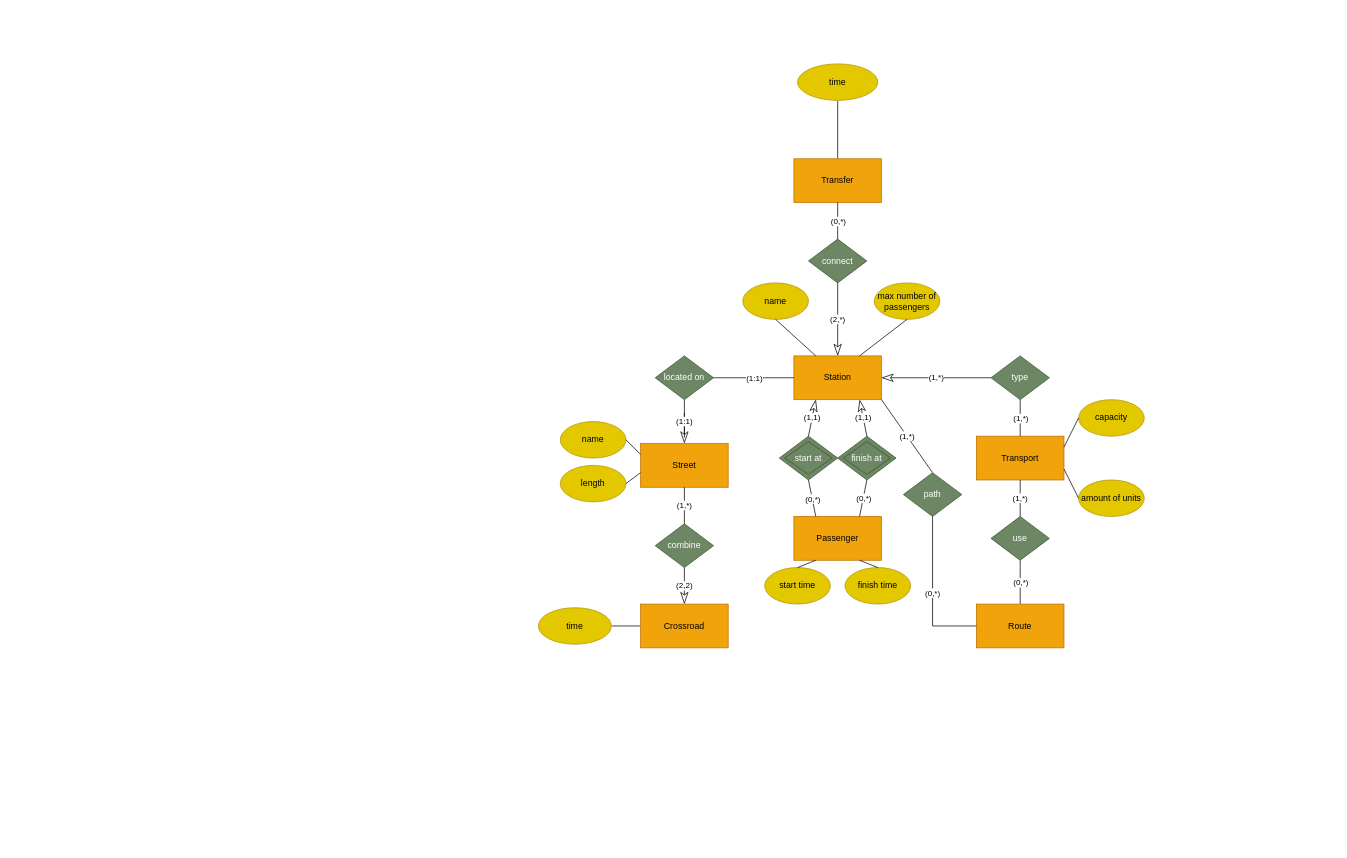
The draw.io diagram page "ER-diagram(2)" (2 of 2) of Untitled Diagram.drawio in Leo-nid/hse-DB, before the edit. Source tidied: cells renumbered, new cells numbered last; positions are measured from the earlier drawing's top-left corner, leaving out a move shared by most shapes. Both pictures are drawn from the tidied source at 73%, with x=0, y=0 at pixel (538, 64).
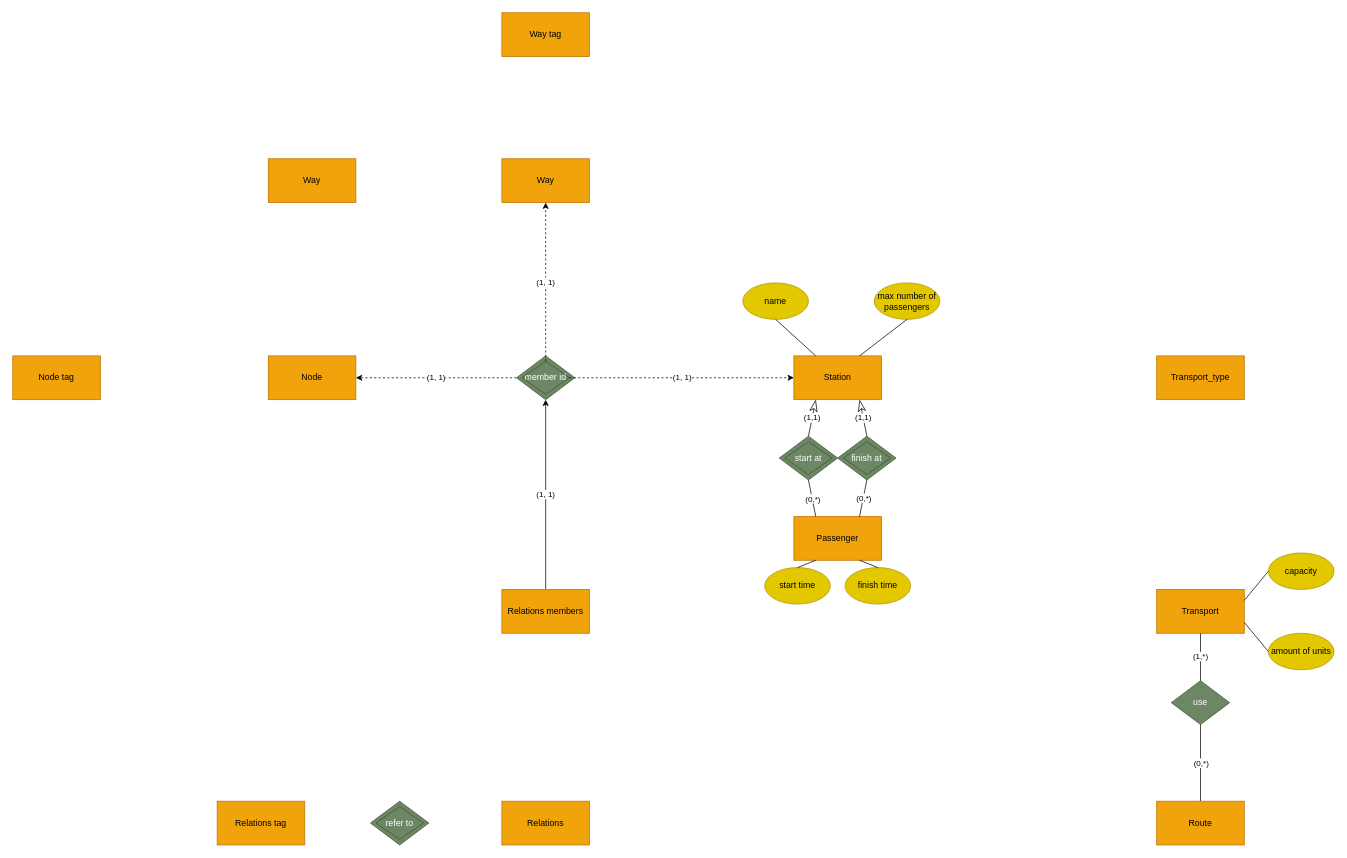
The same page after the edit.

Unchanged cells that the change refers to:
```xml
<mxCell id="2" value="Station" style="rounded=0;whiteSpace=wrap;html=1;hachureGap=4;fillColor=#f0a30a;strokeColor=#BD7000;fontColor=#000000;" parent="1" vertex="1">
  <mxGeometry x="350" y="400" width="120" height="60" as="geometry" />
</mxCell>
```

The edit, as a diff of the source:
```diff
@@
-    <mxCell id="7" value="located on" style="rhombus;whiteSpace=wrap;html=1;hachureGap=4;fillColor=#6d8764;strokeColor=#3A5431;fontColor=#ffffff;" parent="1" vertex="1">
-      <mxGeometry x="160" y="400" width="80" height="60" as="geometry" />
-    </mxCell>
     <mxCell id="8" value="Transport" style="rounded=0;whiteSpace=wrap;html=1;hachureGap=4;fillColor=#f0a30a;strokeColor=#BD7000;fontColor=#000000;" parent="1" vertex="1">
-      <mxGeometry x="600" y="510" width="120" height="60" as="geometry" />
+      <mxGeometry x="847" y="720" width="120" height="60" as="geometry" />
     </mxCell>
     <mxCell id="9" value="capacity" style="ellipse;whiteSpace=wrap;html=1;hachureGap=4;fillColor=#e3c800;strokeColor=#B09500;fontColor=#000000;" parent="1" vertex="1">
-      <mxGeometry x="740" y="460" width="90" height="50" as="geometry" />
+      <mxGeometry x="1000" y="670" width="90" height="50" as="geometry" />
     </mxCell>
     <mxCell id="10" value="amount of units" style="ellipse;whiteSpace=wrap;html=1;hachureGap=4;fillColor=#e3c800;strokeColor=#B09500;fontColor=#000000;" parent="1" vertex="1">
-      <mxGeometry x="740" y="570" width="90" height="50" as="geometry" />
+      <mxGeometry x="1000" y="780" width="90" height="50" as="geometry" />
     </mxCell>
@@
-    <mxCell id="14" style="edgeStyle=none;rounded=0;jettySize=auto;html=1;endArrow=none;endFill=0;startSize=14;endSize=14;sourcePerimeterSpacing=8;targetPerimeterSpacing=8;" parent="1" edge="1" source="15">
-      <mxGeometry relative="1" as="geometry">
-        <mxPoint x="200" y="478" as="targetPoint" />
-      </mxGeometry>
-    </mxCell>
-    <mxCell id="15" value="Street" style="rounded=0;whiteSpace=wrap;html=1;hachureGap=4;fillColor=#f0a30a;strokeColor=#BD7000;fontColor=#000000;" parent="1" vertex="1">
-      <mxGeometry x="140" y="520" width="120" height="60" as="geometry" />
-    </mxCell>
-    <mxCell id="16" value="name" style="ellipse;whiteSpace=wrap;html=1;hachureGap=4;fillColor=#e3c800;strokeColor=#B09500;fontColor=#000000;" parent="1" vertex="1">
-      <mxGeometry x="30" y="490" width="90" height="50" as="geometry" />
-    </mxCell>
-    <mxCell id="17" value="length" style="ellipse;whiteSpace=wrap;html=1;hachureGap=4;fillColor=#e3c800;strokeColor=#B09500;fontColor=#000000;" parent="1" vertex="1">
-      <mxGeometry x="30" y="550" width="90" height="50" as="geometry" />
-    </mxCell>
-    <mxCell id="18" style="endArrow=none;html=1;startSize=14;endSize=14;sourcePerimeterSpacing=8;targetPerimeterSpacing=8;entryX=1;entryY=0.5;entryDx=0;entryDy=0;exitX=0;exitY=0.25;exitDx=0;exitDy=0;" parent="1" edge="1" source="15" target="16">
-      <mxGeometry relative="1" as="geometry" />
-    </mxCell>
-    <mxCell id="19" style="endArrow=none;html=1;startSize=14;endSize=14;sourcePerimeterSpacing=8;targetPerimeterSpacing=8;entryX=1;entryY=0.5;entryDx=0;entryDy=0;" parent="1" edge="1" target="17">
-      <mxGeometry relative="1" as="geometry">
-        <mxPoint x="140" y="560" as="sourcePoint" />
-      </mxGeometry>
-    </mxCell>
-    <mxCell id="20" style="endArrow=none;html=1;startSize=14;endSize=14;sourcePerimeterSpacing=8;targetPerimeterSpacing=8;exitX=0;exitY=0.5;exitDx=0;exitDy=0;entryX=1;entryY=0.5;entryDx=0;entryDy=0;endFill=0;" parent="1" edge="1" source="2" target="7">
-      <mxGeometry relative="1" as="geometry" />
-    </mxCell>
-    <mxCell id="21" value="(1:1)" style="edgeLabel;html=1;align=center;verticalAlign=middle;" parent="20" vertex="1">
-      <mxGeometry relative="1" as="geometry" />
-    </mxCell>
-    <mxCell id="22" value="(1:1)" style="endArrow=classicThin;html=1;startSize=14;endSize=14;sourcePerimeterSpacing=8;targetPerimeterSpacing=8;exitX=0.5;exitY=1;exitDx=0;exitDy=0;entryX=0.5;entryY=0;entryDx=0;entryDy=0;endFill=0;" parent="1" edge="1" source="7" target="15">
-      <mxGeometry relative="1" as="geometry" />
-    </mxCell>
-    <mxCell id="23" value="type" style="rhombus;whiteSpace=wrap;html=1;hachureGap=4;fillColor=#6d8764;strokeColor=#3A5431;fontColor=#ffffff;" parent="1" vertex="1">
-      <mxGeometry x="620" y="400" width="80" height="60" as="geometry" />
-    </mxCell>
-    <mxCell id="24" style="endArrow=none;html=1;startSize=14;endSize=14;sourcePerimeterSpacing=8;targetPerimeterSpacing=8;exitX=0.5;exitY=0;exitDx=0;exitDy=0;endFill=0;entryX=0.5;entryY=1;entryDx=0;entryDy=0;" parent="1" edge="1" source="8" target="23">
-      <mxGeometry relative="1" as="geometry" />
-    </mxCell>
-    <mxCell id="25" value="(1,*)" style="edgeLabel;html=1;align=center;verticalAlign=middle;" parent="24" vertex="1">
-      <mxGeometry relative="1" as="geometry" />
-    </mxCell>
-    <mxCell id="26" value="(1,*)" style="endArrow=classicThin;html=1;startSize=14;endSize=14;sourcePerimeterSpacing=8;targetPerimeterSpacing=8;exitX=0;exitY=0.5;exitDx=0;exitDy=0;entryX=1;entryY=0.5;entryDx=0;entryDy=0;endFill=0;" parent="1" edge="1" source="23" target="2">
-      <mxGeometry relative="1" as="geometry" />
-    </mxCell>
@@
-    <mxCell id="28" style="edgeStyle=none;rounded=0;jettySize=auto;html=1;endArrow=none;endFill=0;" parent="1" edge="1" source="29" target="63">
-      <mxGeometry relative="1" as="geometry" />
-    </mxCell>
-    <mxCell id="29" value="Transfer" style="whiteSpace=wrap;html=1;rounded=0;strokeColor=#BD7000;fillColor=#f0a30a;hachureGap=4;" parent="1" vertex="1">
-      <mxGeometry x="350" y="130" width="120" height="60" as="geometry" />
-    </mxCell>
@@
-    <mxCell id="45" value="connect" style="rhombus;whiteSpace=wrap;html=1;hachureGap=4;fillColor=#6d8764;strokeColor=#3A5431;fontColor=#ffffff;" parent="1" vertex="1">
-      <mxGeometry x="370" y="240" width="80" height="60" as="geometry" />
-    </mxCell>
-    <mxCell id="46" value="(2,*)" style="endArrow=classicThin;html=1;startSize=14;endSize=14;sourcePerimeterSpacing=8;targetPerimeterSpacing=8;exitX=0.5;exitY=1;exitDx=0;exitDy=0;endFill=0;" parent="1" edge="1" source="45">
-      <mxGeometry relative="1" as="geometry">
-        <mxPoint x="410" y="400" as="targetPoint" />
-      </mxGeometry>
-    </mxCell>
-    <mxCell id="47" style="endArrow=none;html=1;startSize=14;endSize=14;sourcePerimeterSpacing=8;targetPerimeterSpacing=8;exitX=0.5;exitY=0;exitDx=0;exitDy=0;endFill=0;entryX=0.5;entryY=1;entryDx=0;entryDy=0;" parent="1" edge="1" source="45" target="29">
-      <mxGeometry relative="1" as="geometry" />
-    </mxCell>
-    <mxCell id="48" value="(0,*)" style="edgeLabel;html=1;align=center;verticalAlign=middle;" parent="47" vertex="1">
-      <mxGeometry relative="1" as="geometry" />
-    </mxCell>
     <mxCell id="49" value="use&lt;br&gt;" style="rhombus;whiteSpace=wrap;html=1;hachureGap=4;fillColor=#6d8764;strokeColor=#3A5431;fontColor=#ffffff;" parent="1" vertex="1">
-      <mxGeometry x="620" y="620" width="80" height="60" as="geometry" />
+      <mxGeometry x="867" y="845" width="80" height="60" as="geometry" />
     </mxCell>
@@
-    <mxCell id="53" value="combine" style="rhombus;whiteSpace=wrap;html=1;hachureGap=4;fillColor=#6d8764;strokeColor=#3A5431;fontColor=#ffffff;" parent="1" vertex="1">
-      <mxGeometry x="160" y="630" width="80" height="60" as="geometry" />
-    </mxCell>
-    <mxCell id="54" style="edgeStyle=orthogonalEdgeStyle;rounded=0;jettySize=auto;html=1;endArrow=none;endFill=0;" parent="1" edge="1" source="55" target="59">
-      <mxGeometry relative="1" as="geometry" />
-    </mxCell>
-    <mxCell id="55" value="Crossroad" style="rounded=0;whiteSpace=wrap;html=1;hachureGap=4;fillColor=#f0a30a;strokeColor=#BD7000;fontColor=#000000;" parent="1" vertex="1">
-      <mxGeometry x="140" y="740" width="120" height="60" as="geometry" />
-    </mxCell>
-    <mxCell id="56" value="(1,*)" style="endArrow=none;html=1;startSize=14;endSize=14;sourcePerimeterSpacing=8;targetPerimeterSpacing=8;exitX=0.5;exitY=1;exitDx=0;exitDy=0;endFill=0;entryX=0.5;entryY=0;entryDx=0;entryDy=0;" parent="1" edge="1" source="15" target="53">
-      <mxGeometry relative="1" as="geometry" />
-    </mxCell>
-    <mxCell id="57" value="(2,2)" style="endArrow=classicThin;html=1;startSize=14;endSize=14;sourcePerimeterSpacing=8;targetPerimeterSpacing=8;exitX=0.5;exitY=1;exitDx=0;exitDy=0;endFill=0;" parent="1" edge="1" source="53">
-      <mxGeometry relative="1" as="geometry">
-        <mxPoint x="200" y="740" as="targetPoint" />
-      </mxGeometry>
-    </mxCell>
     <mxCell id="58" value="Route" style="rounded=0;whiteSpace=wrap;html=1;hachureGap=4;fillColor=#f0a30a;strokeColor=#BD7000;fontColor=#000000;" parent="1" vertex="1">
-      <mxGeometry x="600" y="740" width="120" height="60" as="geometry" />
+      <mxGeometry x="847" y="1010" width="120" height="60" as="geometry" />
     </mxCell>
-    <mxCell id="59" value="time" style="ellipse;whiteSpace=wrap;html=1;rounded=0;strokeColor=#B09500;fillColor=#e3c800;hachureGap=4;fontColor=#000000;" parent="1" vertex="1">
-      <mxGeometry y="745" width="100" height="50" as="geometry" />
-    </mxCell>
-    <mxCell id="60" value="(0,*)" style="edgeStyle=orthogonalEdgeStyle;rounded=0;jettySize=auto;html=1;entryX=0;entryY=0.5;entryDx=0;entryDy=0;endArrow=none;endFill=0;exitX=0.5;exitY=1;exitDx=0;exitDy=0;" parent="1" edge="1" source="62" target="58">
-      <mxGeometry relative="1" as="geometry" />
-    </mxCell>
-    <mxCell id="61" value="(1,*)" style="rounded=0;jettySize=auto;html=1;exitX=0.5;exitY=0;exitDx=0;exitDy=0;entryX=1;entryY=1;entryDx=0;entryDy=0;endArrow=none;endFill=0;" parent="1" edge="1" source="62" target="2">
-      <mxGeometry relative="1" as="geometry" />
-    </mxCell>
-    <mxCell id="62" value="path" style="rhombus;whiteSpace=wrap;html=1;fillColor=#6d8764;strokeColor=#3A5431;fontColor=#ffffff;" parent="1" vertex="1">
-      <mxGeometry x="500" y="560" width="80" height="60" as="geometry" />
-    </mxCell>
-    <mxCell id="63" value="time" style="ellipse;whiteSpace=wrap;html=1;rounded=0;strokeColor=#B09500;fillColor=#e3c800;hachureGap=4;fontColor=#000000;" parent="1" vertex="1">
-      <mxGeometry x="355" width="110" height="50" as="geometry" />
-    </mxCell>
+    <mxCell id="64" value="Node" style="rounded=0;whiteSpace=wrap;html=1;hachureGap=4;fillColor=#f0a30a;strokeColor=#BD7000;fontColor=#000000;" parent="1" vertex="1">
+      <mxGeometry x="-370" y="400" width="120" height="60" as="geometry" />
+    </mxCell>
+    <mxCell id="65" value="Way" style="rounded=0;whiteSpace=wrap;html=1;hachureGap=4;fillColor=#f0a30a;strokeColor=#BD7000;fontColor=#000000;" parent="1" vertex="1">
+      <mxGeometry x="-50" y="130" width="120" height="60" as="geometry" />
+    </mxCell>
+    <mxCell id="66" value="Transport_type" style="rounded=0;whiteSpace=wrap;html=1;hachureGap=4;fillColor=#f0a30a;strokeColor=#BD7000;fontColor=#000000;" parent="1" vertex="1">
+      <mxGeometry x="847" y="400" width="120" height="60" as="geometry" />
+    </mxCell>
+    <mxCell id="67" value="Relations" style="rounded=0;whiteSpace=wrap;html=1;hachureGap=4;fillColor=#f0a30a;strokeColor=#BD7000;fontColor=#000000;" parent="1" vertex="1">
+      <mxGeometry x="-50" y="1010" width="120" height="60" as="geometry" />
+    </mxCell>
+    <mxCell id="68" value="(1, 1)" style="edgeStyle=orthogonalEdgeStyle;rounded=0;jettySize=auto;html=1;exitX=0.5;exitY=0;exitDx=0;exitDy=0;entryX=0.5;entryY=1;entryDx=0;entryDy=0;endArrow=classic;endFill=1;" parent="1" edge="1" source="69" target="74">
+      <mxGeometry relative="1" as="geometry" />
+    </mxCell>
+    <mxCell id="69" value="Relations members" style="rounded=0;whiteSpace=wrap;html=1;hachureGap=4;fillColor=#f0a30a;strokeColor=#BD7000;fontColor=#000000;" parent="1" vertex="1">
+      <mxGeometry x="-50" y="720" width="120" height="60" as="geometry" />
+    </mxCell>
+    <mxCell id="70" value="Relations tag" style="rounded=0;whiteSpace=wrap;html=1;hachureGap=4;fillColor=#f0a30a;strokeColor=#BD7000;fontColor=#000000;" parent="1" vertex="1">
+      <mxGeometry x="-440" y="1010" width="120" height="60" as="geometry" />
+    </mxCell>
+    <mxCell id="71" value="Node tag" style="rounded=0;whiteSpace=wrap;html=1;hachureGap=4;fillColor=#f0a30a;strokeColor=#BD7000;fontColor=#000000;" parent="1" vertex="1">
+      <mxGeometry x="-720" y="400" width="120" height="60" as="geometry" />
+    </mxCell>
+    <mxCell id="72" value="Way tag" style="rounded=0;whiteSpace=wrap;html=1;hachureGap=4;fillColor=#f0a30a;strokeColor=#BD7000;fontColor=#000000;" parent="1" vertex="1">
+      <mxGeometry x="-50" y="-70" width="120" height="60" as="geometry" />
+    </mxCell>
+    <mxCell id="73" style="group;" parent="1" vertex="1">
+      <mxGeometry x="-30" y="400" width="80" height="60" as="geometry" />
+    </mxCell>
+    <mxCell id="74" value="member id" style="rhombus;whiteSpace=wrap;html=1;hachureGap=4;fillColor=#6d8764;strokeColor=#3A5431;fontColor=#ffffff;rounded=0;sketch=0;perimeterSpacing=0;shadow=0;" parent="73" vertex="1">
+      <mxGeometry width="80" height="60" as="geometry" />
+    </mxCell>
+    <mxCell id="75" style="rhombus;whiteSpace=wrap;html=1;hachureGap=4;fillColor=none;strokeColor=#3A5431;fontColor=#ffffff;" parent="73" vertex="1">
+      <mxGeometry x="7.5" y="7.5" width="65" height="45" as="geometry" />
+    </mxCell>
+    <mxCell id="76" value="(1, 1)" style="edgeStyle=orthogonalEdgeStyle;rounded=0;jettySize=auto;html=1;exitX=1;exitY=0.5;exitDx=0;exitDy=0;entryX=0;entryY=0.5;entryDx=0;entryDy=0;dashed=1;" parent="1" edge="1" source="75" target="2">
+      <mxGeometry relative="1" as="geometry" />
+    </mxCell>
+    <mxCell id="77" value="(1, 1)" style="edgeStyle=orthogonalEdgeStyle;rounded=0;jettySize=auto;html=1;exitX=0;exitY=0.5;exitDx=0;exitDy=0;entryX=1;entryY=0.5;entryDx=0;entryDy=0;dashed=1;" parent="1" edge="1" source="74" target="64">
+      <mxGeometry relative="1" as="geometry" />
+    </mxCell>
+    <mxCell id="78" value="(1, 1)" style="edgeStyle=orthogonalEdgeStyle;rounded=0;jettySize=auto;html=1;exitX=0.5;exitY=0;exitDx=0;exitDy=0;dashed=1;" parent="1" edge="1" source="75">
+      <mxGeometry relative="1" as="geometry">
+        <mxPoint x="10" y="190" as="targetPoint" />
+      </mxGeometry>
+    </mxCell>
+    <mxCell id="79" value="Way" style="rounded=0;whiteSpace=wrap;html=1;hachureGap=4;fillColor=#f0a30a;strokeColor=#BD7000;fontColor=#000000;" parent="1" vertex="1">
+      <mxGeometry x="-370" y="130" width="120" height="60" as="geometry" />
+    </mxCell>
+    <mxCell id="80" style="group;" parent="1" vertex="1">
+      <mxGeometry x="-230" y="1010" width="80" height="60" as="geometry" />
+    </mxCell>
+    <mxCell id="81" value="refer to" style="rhombus;whiteSpace=wrap;html=1;hachureGap=4;fillColor=#6d8764;strokeColor=#3A5431;fontColor=#ffffff;rounded=0;sketch=0;perimeterSpacing=0;shadow=0;" parent="80" vertex="1">
+      <mxGeometry width="80" height="60" as="geometry" />
+    </mxCell>
+    <mxCell id="82" style="rhombus;whiteSpace=wrap;html=1;hachureGap=4;fillColor=none;strokeColor=#3A5431;fontColor=#ffffff;" parent="80" vertex="1">
+      <mxGeometry x="7.5" y="7.5" width="65" height="45" as="geometry" />
+    </mxCell>
```
